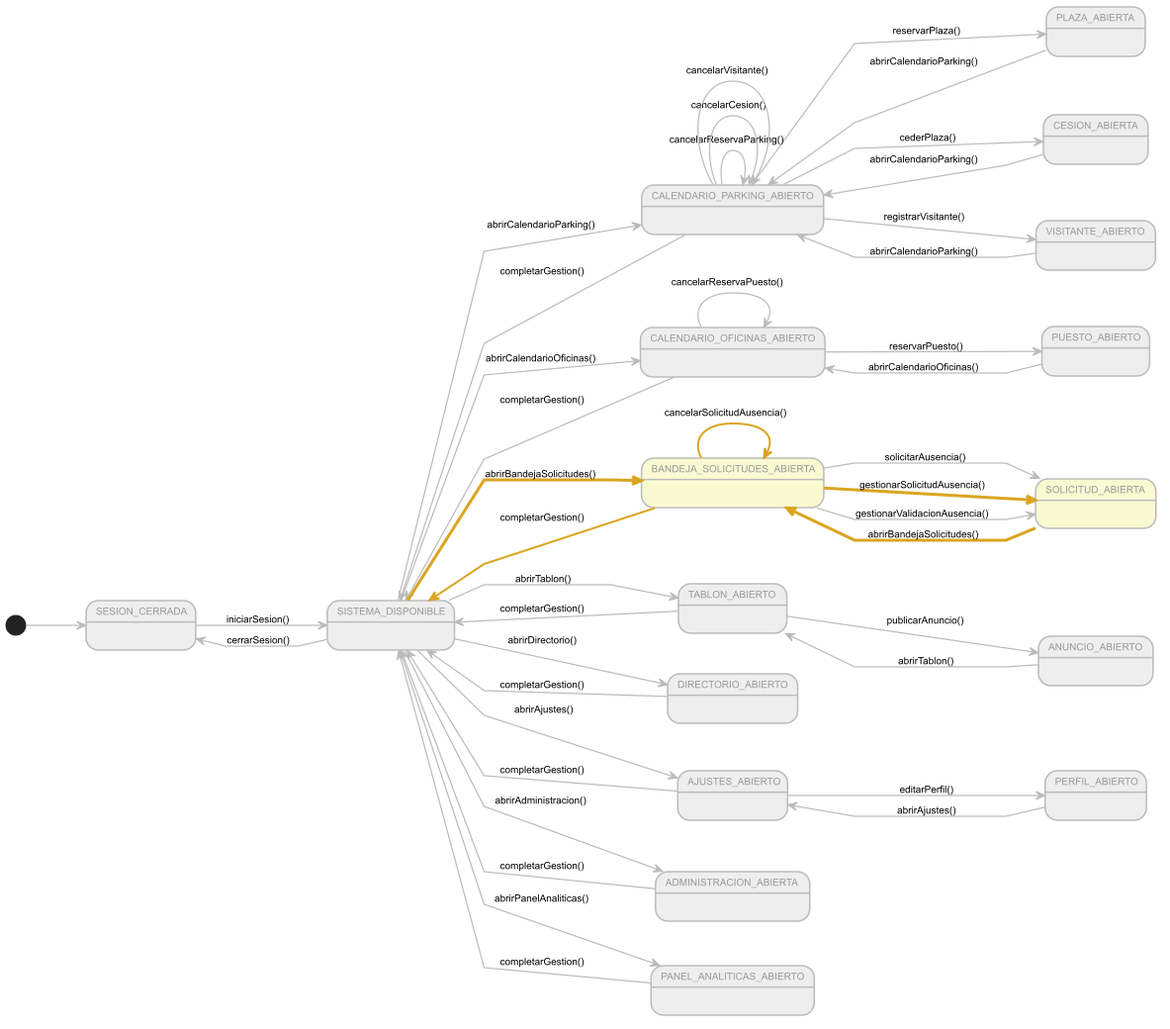
lostal/seven-suite keeps this PlantUML diagram as modelosUML/png/contextoSolicitud.png. Above is the earlier version. Its source is kept beside it as modelosUML/puml/contextoSolicitud.puml.
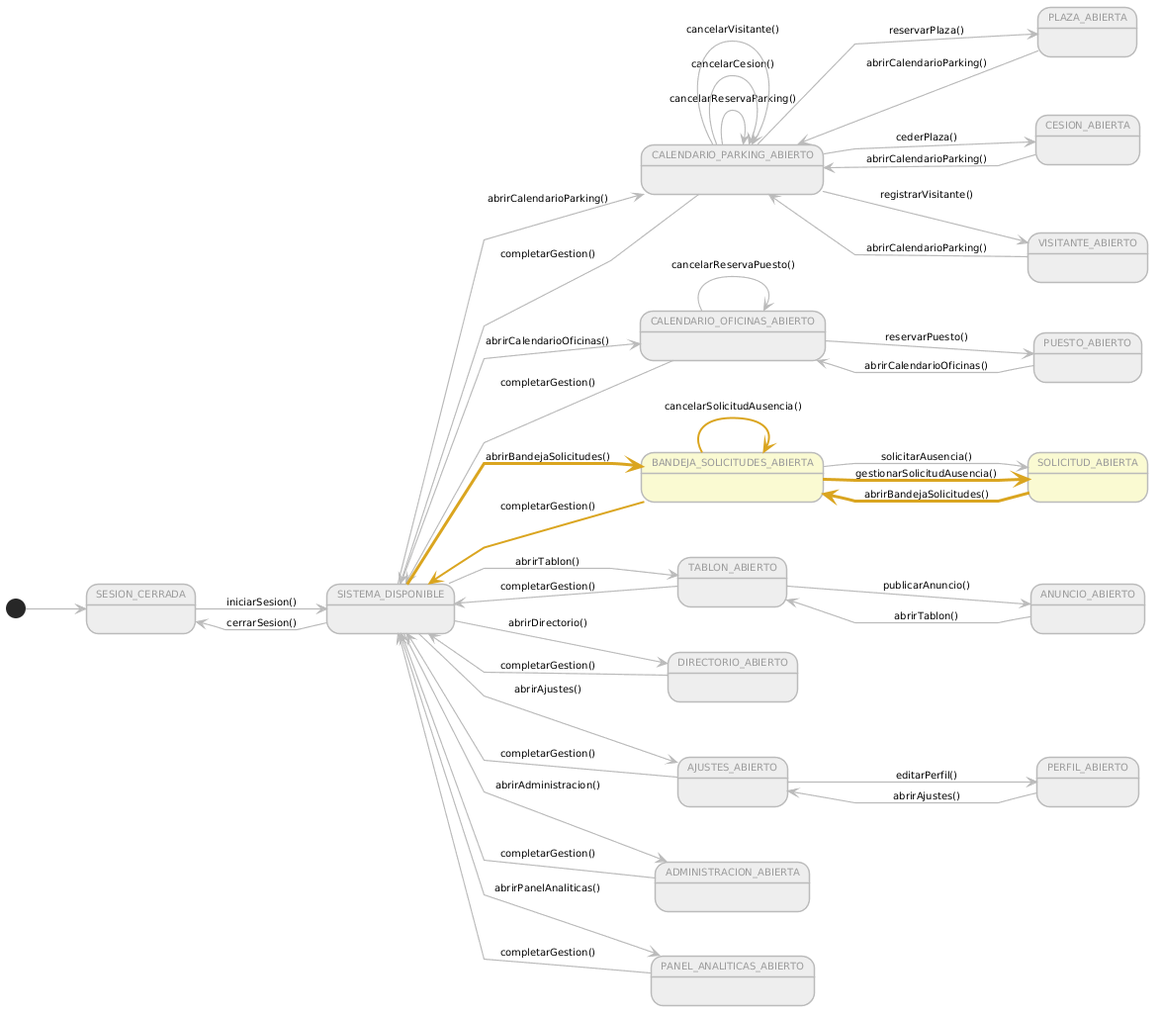
Above is the later version.

Diff of the diagram source:
```diff
@@ -1,4 +1,6 @@
 @startuml contextoSolicitud
+
+skinparam backgroundColor #FFFFFF
 
 left to right direction
 skinparam linetype polyline
@@ -62,7 +64,6 @@
 
 Bandeja      -[#BBBBBB]-> EditSolicitud  : solicitarAusencia()
 Bandeja      -[#DAA520,thickness=3]-> EditSolicitud  : gestionarSolicitudAusencia()
-Bandeja      -[#BBBBBB]-> EditSolicitud  : gestionarValidacionAusencia()
 Bandeja      -[#DAA520,thickness=2]-> Bandeja        : cancelarSolicitudAusencia()
 
 EditSolicitud -[#DAA520,thickness=3]-> Bandeja       : abrirBandejaSolicitudes()
```
